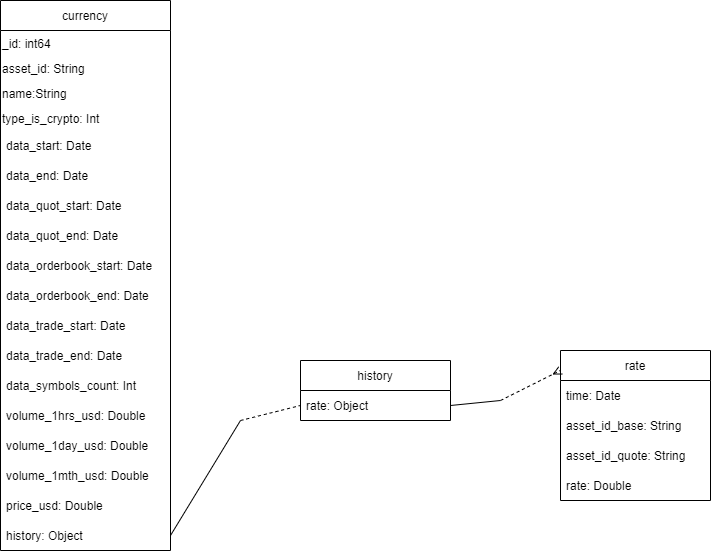
Earlier version of the draw.io export DataModelSql.png (moevm/nosql2h21-crypto-mongodb). Source tidied: cells renumbered, new cells last; positions are measured from the earlier drawing's top-left corner, leaving out a move shared by most shapes. Source of this version:
```xml
<mxGraphModel>
  <root>
    <mxCell id="0" />
    <mxCell id="1" parent="0" />
    <mxCell id="2" value="currency" style="swimlane;fontStyle=0;horizontal=1;startSize=30;" parent="1" vertex="1">
      <mxGeometry width="170" height="550" as="geometry" />
    </mxCell>
    <mxCell id="3" value="_id: int64" style="text;html=1;strokeColor=none;fillColor=none;align=left;verticalAlign=middle;whiteSpace=wrap;rounded=0;glass=0;" parent="2" vertex="1">
      <mxGeometry y="30" width="170" height="25" as="geometry" />
    </mxCell>
    <mxCell id="4" value="asset_id: String" style="text;html=1;strokeColor=none;fillColor=none;align=left;verticalAlign=middle;whiteSpace=wrap;rounded=0;glass=0;" parent="2" vertex="1">
      <mxGeometry y="55" width="170" height="25" as="geometry" />
    </mxCell>
    <mxCell id="5" value="name:String" style="text;html=1;strokeColor=none;fillColor=none;align=left;verticalAlign=middle;whiteSpace=wrap;rounded=0;glass=0;" parent="2" vertex="1">
      <mxGeometry y="80" width="170" height="25" as="geometry" />
    </mxCell>
    <mxCell id="6" value="type_is_crypto: Int" style="text;html=1;strokeColor=none;fillColor=none;align=left;verticalAlign=middle;whiteSpace=wrap;rounded=0;glass=0;" parent="2" vertex="1">
      <mxGeometry y="105" width="170" height="25" as="geometry" />
    </mxCell>
    <mxCell id="7" value="data_start: Date" style="text;strokeColor=none;fillColor=none;align=left;verticalAlign=middle;spacingLeft=4;spacingRight=4;overflow=hidden;" parent="2" vertex="1">
      <mxGeometry y="130" width="170" height="30" as="geometry" />
    </mxCell>
    <mxCell id="8" value="data_end: Date" style="text;strokeColor=none;fillColor=none;align=left;verticalAlign=middle;spacingLeft=4;spacingRight=4;overflow=hidden;" parent="2" vertex="1">
      <mxGeometry y="160" width="170" height="30" as="geometry" />
    </mxCell>
    <mxCell id="9" value="data_quot_start: Date" style="text;strokeColor=none;fillColor=none;align=left;verticalAlign=middle;spacingLeft=4;spacingRight=4;overflow=hidden;" parent="2" vertex="1">
      <mxGeometry y="190" width="170" height="30" as="geometry" />
    </mxCell>
    <mxCell id="10" value="data_quot_end: Date" style="text;strokeColor=none;fillColor=none;align=left;verticalAlign=middle;spacingLeft=4;spacingRight=4;overflow=hidden;" parent="2" vertex="1">
      <mxGeometry y="220" width="170" height="30" as="geometry" />
    </mxCell>
    <mxCell id="11" value="data_orderbook_start: Date" style="text;strokeColor=none;fillColor=none;align=left;verticalAlign=middle;spacingLeft=4;spacingRight=4;overflow=hidden;" parent="2" vertex="1">
      <mxGeometry y="250" width="170" height="30" as="geometry" />
    </mxCell>
    <mxCell id="12" value="data_orderbook_end: Date" style="text;strokeColor=none;fillColor=none;align=left;verticalAlign=middle;spacingLeft=4;spacingRight=4;overflow=hidden;" parent="2" vertex="1">
      <mxGeometry y="280" width="170" height="30" as="geometry" />
    </mxCell>
    <mxCell id="13" value="data_trade_start: Date" style="text;strokeColor=none;fillColor=none;align=left;verticalAlign=middle;spacingLeft=4;spacingRight=4;overflow=hidden;" parent="2" vertex="1">
      <mxGeometry y="310" width="170" height="30" as="geometry" />
    </mxCell>
    <mxCell id="14" value="data_trade_end: Date" style="text;strokeColor=none;fillColor=none;align=left;verticalAlign=middle;spacingLeft=4;spacingRight=4;overflow=hidden;" parent="2" vertex="1">
      <mxGeometry y="340" width="170" height="30" as="geometry" />
    </mxCell>
    <mxCell id="15" value="data_symbols_count: Int" style="text;strokeColor=none;fillColor=none;align=left;verticalAlign=middle;spacingLeft=4;spacingRight=4;overflow=hidden;" parent="2" vertex="1">
      <mxGeometry y="370" width="170" height="30" as="geometry" />
    </mxCell>
    <mxCell id="16" value="volume_1hrs_usd: Double" style="text;strokeColor=none;fillColor=none;align=left;verticalAlign=middle;spacingLeft=4;spacingRight=4;overflow=hidden;" parent="2" vertex="1">
      <mxGeometry y="400" width="170" height="30" as="geometry" />
    </mxCell>
    <mxCell id="17" value="volume_1day_usd: Double" style="text;strokeColor=none;fillColor=none;align=left;verticalAlign=middle;spacingLeft=4;spacingRight=4;overflow=hidden;" parent="2" vertex="1">
      <mxGeometry y="430" width="170" height="30" as="geometry" />
    </mxCell>
    <mxCell id="18" value="volume_1mth_usd: Double" style="text;strokeColor=none;fillColor=none;align=left;verticalAlign=middle;spacingLeft=4;spacingRight=4;overflow=hidden;" parent="2" vertex="1">
      <mxGeometry y="460" width="170" height="30" as="geometry" />
    </mxCell>
    <mxCell id="19" value="price_usd: Double " style="text;strokeColor=none;fillColor=none;align=left;verticalAlign=middle;spacingLeft=4;spacingRight=4;overflow=hidden;" parent="2" vertex="1">
      <mxGeometry y="490" width="170" height="30" as="geometry" />
    </mxCell>
    <mxCell id="20" value="history: Object " style="text;strokeColor=none;fillColor=none;align=left;verticalAlign=middle;spacingLeft=4;spacingRight=4;overflow=hidden;points=[[0,0.5],[1,0.5]];portConstraint=eastwest;" parent="2" vertex="1">
      <mxGeometry y="520" width="170" height="30" as="geometry" />
    </mxCell>
    <mxCell id="21" value="history" style="swimlane;fontStyle=0;horizontal=1;startSize=30;" parent="1" vertex="1">
      <mxGeometry x="300" y="360" width="150" height="60" as="geometry" />
    </mxCell>
    <mxCell id="22" value="rate: Object" style="text;strokeColor=none;fillColor=none;align=left;verticalAlign=middle;spacingLeft=4;spacingRight=4;overflow=hidden;points=[[0,0.5],[1,0.5]];portConstraint=eastwest;" parent="21" vertex="1">
      <mxGeometry y="30" width="150" height="30" as="geometry" />
    </mxCell>
    <mxCell id="23" value="rate" style="swimlane;fontStyle=0;horizontal=1;startSize=30;" parent="1" vertex="1">
      <mxGeometry x="560" y="350" width="150" height="150" as="geometry" />
    </mxCell>
    <mxCell id="24" value="time: Date" style="text;strokeColor=none;fillColor=none;align=left;verticalAlign=middle;spacingLeft=4;spacingRight=4;overflow=hidden;" parent="23" vertex="1">
      <mxGeometry y="30" width="150" height="30" as="geometry" />
    </mxCell>
    <mxCell id="25" value="asset_id_base: String" style="text;strokeColor=none;fillColor=none;align=left;verticalAlign=middle;spacingLeft=4;spacingRight=4;overflow=hidden;" parent="23" vertex="1">
      <mxGeometry y="60" width="150" height="30" as="geometry" />
    </mxCell>
    <mxCell id="26" value="asset_id_quote: String " style="text;strokeColor=none;fillColor=none;align=left;verticalAlign=middle;spacingLeft=4;spacingRight=4;overflow=hidden;" parent="23" vertex="1">
      <mxGeometry y="90" width="150" height="30" as="geometry" />
    </mxCell>
    <mxCell id="27" value="rate: Double" style="text;strokeColor=none;fillColor=none;align=left;verticalAlign=middle;spacingLeft=4;spacingRight=4;overflow=hidden;" parent="23" vertex="1">
      <mxGeometry y="120" width="150" height="30" as="geometry" />
    </mxCell>
    <mxCell id="28" style="endArrow=none;html=1;rounded=0;entryX=0;entryY=0.5;entryDx=0;entryDy=0;endFill=0;dashed=1;" parent="1" edge="1" target="22">
      <mxGeometry relative="1" as="geometry">
        <mxPoint x="240" y="420" as="sourcePoint" />
      </mxGeometry>
    </mxCell>
    <mxCell id="29" style="endArrow=none;html=1;rounded=0;exitX=1;exitY=0.5;exitDx=0;exitDy=0;endFill=0;" parent="1" edge="1" source="20">
      <mxGeometry relative="1" as="geometry">
        <mxPoint x="240" y="420" as="targetPoint" />
      </mxGeometry>
    </mxCell>
    <mxCell id="30" style="endArrow=none;html=1;rounded=0;exitX=1;exitY=0.5;exitDx=0;exitDy=0;endFill=0;" parent="1" edge="1" source="22">
      <mxGeometry relative="1" as="geometry">
        <mxPoint x="500" y="400" as="targetPoint" />
      </mxGeometry>
    </mxCell>
    <mxCell id="31" style="endArrow=ERmany;html=1;rounded=0;entryX=0;entryY=0.133;entryDx=0;entryDy=0;endFill=0;dashed=1;entryPerimeter=0;" parent="1" edge="1" target="23">
      <mxGeometry relative="1" as="geometry">
        <mxPoint x="500" y="400" as="sourcePoint" />
      </mxGeometry>
    </mxCell>
  </root>
</mxGraphModel>
```
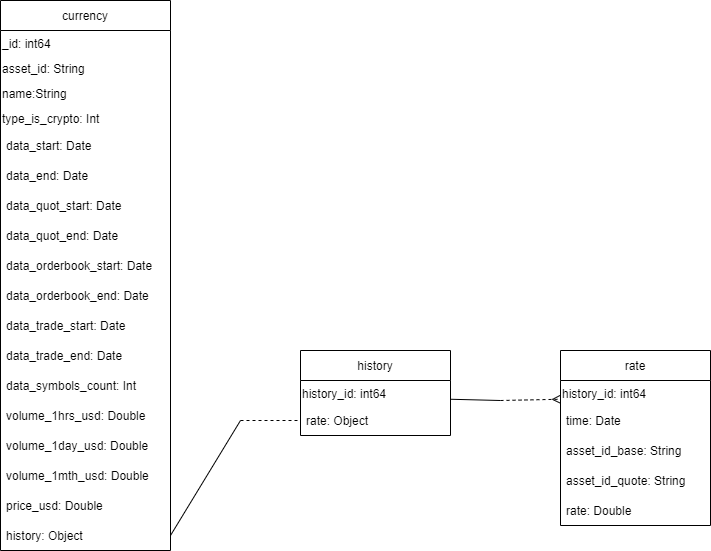
After the change.

The edit, as a diff of the source:
```diff
@@ -60,25 +60,31 @@
       <mxGeometry y="520" width="170" height="30" as="geometry" />
     </mxCell>
     <mxCell id="21" value="history" style="swimlane;fontStyle=0;horizontal=1;startSize=30;" parent="1" vertex="1">
-      <mxGeometry x="300" y="360" width="150" height="60" as="geometry" />
+      <mxGeometry x="300" y="350" width="150" height="85" as="geometry" />
     </mxCell>
+    <mxCell id="32" value="history_id: int64" style="text;html=1;strokeColor=none;fillColor=none;align=left;verticalAlign=middle;whiteSpace=wrap;rounded=0;glass=0;" parent="21" vertex="1">
+      <mxGeometry y="30" width="150" height="25" as="geometry" />
+    </mxCell>
     <mxCell id="22" value="rate: Object" style="text;strokeColor=none;fillColor=none;align=left;verticalAlign=middle;spacingLeft=4;spacingRight=4;overflow=hidden;points=[[0,0.5],[1,0.5]];portConstraint=eastwest;" parent="21" vertex="1">
-      <mxGeometry y="30" width="150" height="30" as="geometry" />
+      <mxGeometry y="55" width="150" height="30" as="geometry" />
     </mxCell>
     <mxCell id="23" value="rate" style="swimlane;fontStyle=0;horizontal=1;startSize=30;" parent="1" vertex="1">
-      <mxGeometry x="560" y="350" width="150" height="150" as="geometry" />
+      <mxGeometry x="560" y="350" width="150" height="175" as="geometry" />
     </mxCell>
+    <mxCell id="33" value="history_id: int64" style="text;html=1;strokeColor=none;fillColor=none;align=left;verticalAlign=middle;whiteSpace=wrap;rounded=0;glass=0;" parent="23" vertex="1">
+      <mxGeometry y="30" width="150" height="25" as="geometry" />
+    </mxCell>
     <mxCell id="24" value="time: Date" style="text;strokeColor=none;fillColor=none;align=left;verticalAlign=middle;spacingLeft=4;spacingRight=4;overflow=hidden;" parent="23" vertex="1">
-      <mxGeometry y="30" width="150" height="30" as="geometry" />
+      <mxGeometry y="55" width="150" height="30" as="geometry" />
     </mxCell>
     <mxCell id="25" value="asset_id_base: String" style="text;strokeColor=none;fillColor=none;align=left;verticalAlign=middle;spacingLeft=4;spacingRight=4;overflow=hidden;" parent="23" vertex="1">
-      <mxGeometry y="60" width="150" height="30" as="geometry" />
+      <mxGeometry y="85" width="150" height="30" as="geometry" />
     </mxCell>
     <mxCell id="26" value="asset_id_quote: String " style="text;strokeColor=none;fillColor=none;align=left;verticalAlign=middle;spacingLeft=4;spacingRight=4;overflow=hidden;" parent="23" vertex="1">
-      <mxGeometry y="90" width="150" height="30" as="geometry" />
+      <mxGeometry y="115" width="150" height="30" as="geometry" />
     </mxCell>
     <mxCell id="27" value="rate: Double" style="text;strokeColor=none;fillColor=none;align=left;verticalAlign=middle;spacingLeft=4;spacingRight=4;overflow=hidden;" parent="23" vertex="1">
-      <mxGeometry y="120" width="150" height="30" as="geometry" />
+      <mxGeometry y="145" width="150" height="30" as="geometry" />
     </mxCell>
     <mxCell id="28" style="endArrow=none;html=1;rounded=0;entryX=0;entryY=0.5;entryDx=0;entryDy=0;endFill=0;dashed=1;" parent="1" edge="1" target="22">
       <mxGeometry relative="1" as="geometry">
@@ -90,12 +96,12 @@
         <mxPoint x="240" y="420" as="targetPoint" />
       </mxGeometry>
     </mxCell>
-    <mxCell id="30" style="endArrow=none;html=1;rounded=0;exitX=1;exitY=0.5;exitDx=0;exitDy=0;endFill=0;" parent="1" edge="1" source="22">
+    <mxCell id="30" style="endArrow=none;html=1;rounded=0;exitX=1;exitY=0.75;exitDx=0;exitDy=0;endFill=0;" parent="1" edge="1" source="32">
       <mxGeometry relative="1" as="geometry">
         <mxPoint x="500" y="400" as="targetPoint" />
       </mxGeometry>
     </mxCell>
-    <mxCell id="31" style="endArrow=ERmany;html=1;rounded=0;entryX=0;entryY=0.133;entryDx=0;entryDy=0;endFill=0;dashed=1;entryPerimeter=0;" parent="1" edge="1" target="23">
+    <mxCell id="31" style="endArrow=ERmany;html=1;rounded=0;entryX=0;entryY=0.75;entryDx=0;entryDy=0;endFill=0;dashed=1;" parent="1" edge="1" target="33">
       <mxGeometry relative="1" as="geometry">
         <mxPoint x="500" y="400" as="sourcePoint" />
       </mxGeometry>
```
